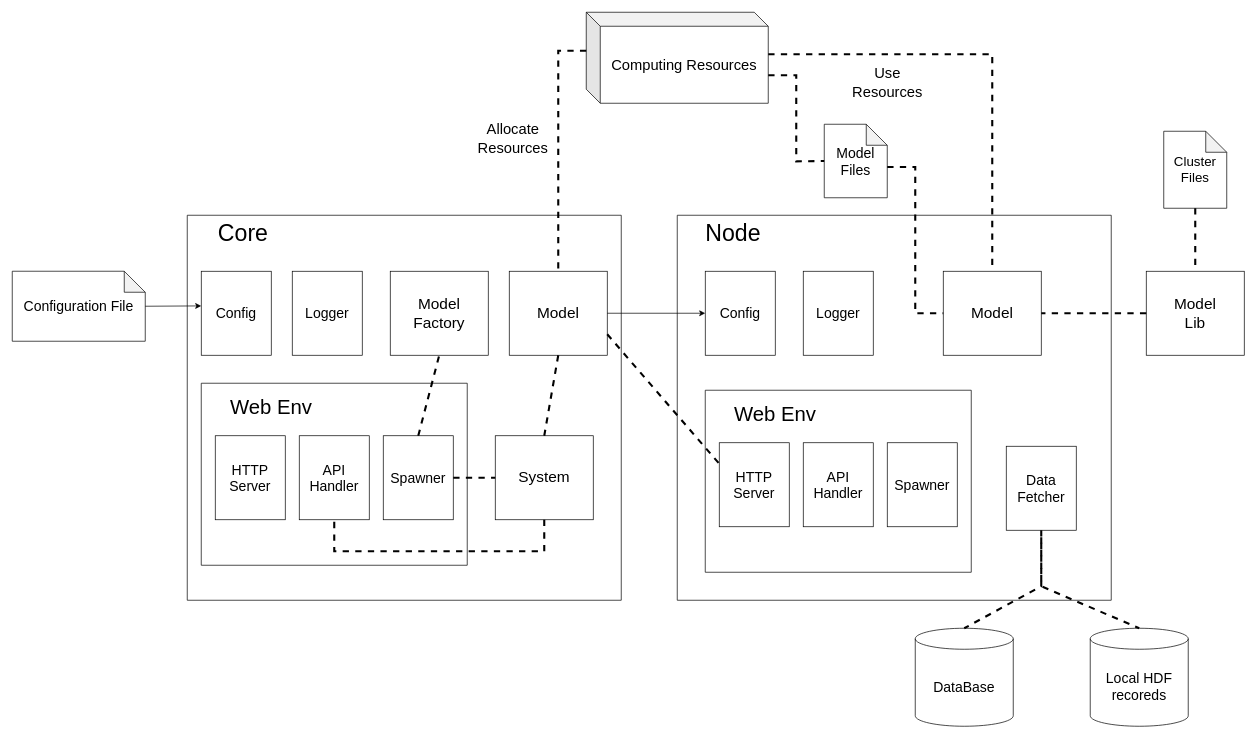
This is page "design" (2 of 2) of graph.drawio from attr0/STF-Framework, a draw.io file, before an edit. Source tidied: cells renumbered, new cells numbered last; positions are measured from the earlier drawing's top-left corner, leaving out a move shared by most shapes. Both pictures are drawn from the tidied source at 70%, with x=0, y=0 at pixel (12, 12).
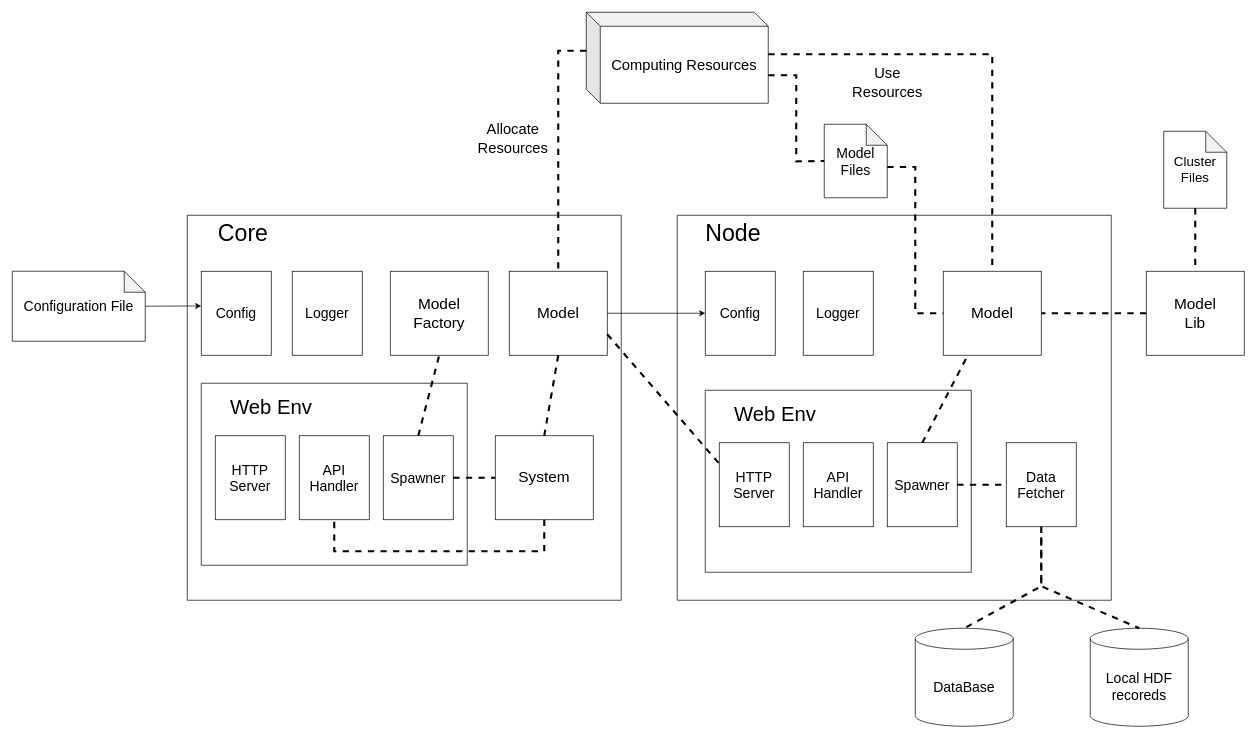
After the change.

Unchanged cells that the change refers to:
```xml
<mxCell id="18" style="swimlane;startSize=0;" parent="1" vertex="1">
  <mxGeometry x="950" y="290" width="620" height="550" as="geometry" />
</mxCell>
<mxCell id="22" style="swimlane;startSize=0;" parent="18" vertex="1">
  <mxGeometry x="40" y="250" width="380" height="260" as="geometry" />
</mxCell>
<mxCell id="26" value="&lt;span style=&quot;font-size: 20px;&quot;&gt;Spawner&lt;/span&gt;" style="rounded=0;whiteSpace=wrap;html=1;" parent="22" vertex="1">
  <mxGeometry x="260" y="75" width="100" height="120" as="geometry" />
</mxCell>
<mxCell id="28" value="&lt;span style=&quot;font-size: 22px;&quot;&gt;Model&lt;br&gt;&lt;/span&gt;" style="rounded=0;whiteSpace=wrap;html=1;" parent="18" vertex="1">
  <mxGeometry x="380" y="80" width="140" height="120" as="geometry" />
</mxCell>
```

What changed in the source:
```diff
@@
+    <mxCell id="49" style="endArrow=none;dashed=1;html=1;rounded=0;exitX=0.5;exitY=0;exitDx=0;exitDy=0;entryX=0.25;entryY=1;entryDx=0;entryDy=0;strokeWidth=3;" parent="22" edge="1" target="28">
+      <mxGeometry relative="1" as="geometry">
+        <mxPoint x="310" y="75" as="sourcePoint" />
+      </mxGeometry>
+    </mxCell>
     <mxCell id="27" value="&lt;span style=&quot;font-size: 20px;&quot;&gt;Data&lt;br&gt;Fetcher&lt;br&gt;&lt;/span&gt;" style="rounded=0;whiteSpace=wrap;html=1;" parent="18" vertex="1">
-      <mxGeometry x="470" y="330" width="100" height="120" as="geometry" />
+      <mxGeometry x="470" y="325" width="100" height="120" as="geometry" />
     </mxCell>
@@
+    <mxCell id="50" style="endArrow=none;dashed=1;html=1;rounded=0;exitX=1;exitY=0.5;exitDx=0;exitDy=0;entryX=0;entryY=0.5;entryDx=0;entryDy=0;strokeWidth=3;" parent="18" edge="1" source="26" target="27">
+      <mxGeometry relative="1" as="geometry" />
+    </mxCell>
```
